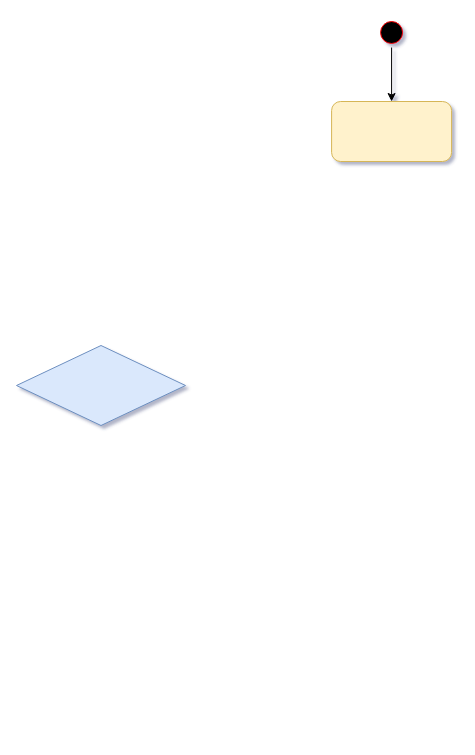
Earlier version of the draw.io diagram page "پیشنهاد برای پادکست" (2 of 19) of ActivityDiagram.drawio (Matinrezaei/Software-Lab). Source tidied: cells renumbered, new cells numbered last; positions are measured from the earlier drawing's top-left corner, leaving out a move shared by most shapes. Both pictures are drawn from the tidied source at 100%, with x=0, y=0 at pixel (16, 17).
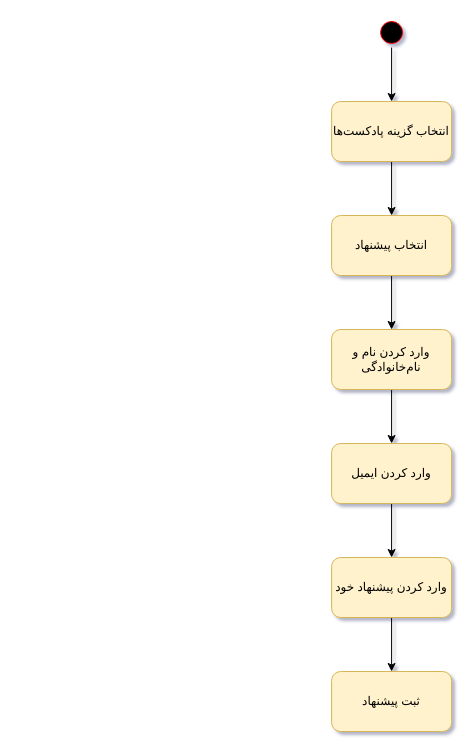
The same page after the edit.

The edit, as a diff of the source:
```diff
@@
 <mxGraphModel shadow="1">
   <root>
     <mxCell id="0" />
     <mxCell id="1" parent="0" />
     <mxCell id="2" style="edgeStyle=orthogonalEdgeStyle;rounded=0;jettySize=auto;html=1;entryX=0.5;entryY=0;entryDx=0;entryDy=0;" parent="1" edge="1" source="3" target="4">
       <mxGeometry relative="1" as="geometry" />
     </mxCell>
     <mxCell id="3" style="ellipse;html=1;shape=startState;fillColor=#000000;strokeColor=#ff0000;" parent="1" vertex="1">
       <mxGeometry x="360.1" width="30" height="30" as="geometry" />
     </mxCell>
+    <mxCell id="6" style="edgeStyle=orthogonalEdgeStyle;rounded=0;jettySize=auto;html=1;entryX=0.5;entryY=0;entryDx=0;entryDy=0;" parent="1" edge="1" source="4" target="8">
+      <mxGeometry relative="1" as="geometry" />
+    </mxCell>
-    <mxCell id="4" style="rounded=1;whiteSpace=wrap;html=1;fillColor=#fff2cc;strokeColor=#d6b656;" parent="1" vertex="1">
+    <mxCell id="4" value="انتخاب گزینه پادکست‌ها" style="rounded=1;whiteSpace=wrap;html=1;fillColor=#fff2cc;strokeColor=#d6b656;" parent="1" vertex="1">
       <mxGeometry x="315.1" y="84" width="120" height="60" as="geometry" />
     </mxCell>
-    <mxCell id="5" style="rhombus;whiteSpace=wrap;html=1;fillColor=#dae8fc;strokeColor=#6c8ebf;" parent="1" vertex="1">
-      <mxGeometry y="328" width="169" height="80" as="geometry" />
-    </mxCell>
+    <mxCell id="7" style="edgeStyle=orthogonalEdgeStyle;rounded=0;jettySize=auto;html=1;" parent="1" edge="1" source="8" target="10">
+      <mxGeometry relative="1" as="geometry" />
+    </mxCell>
+    <mxCell id="8" value="انتخاب پیشنهاد" style="rounded=1;whiteSpace=wrap;html=1;fillColor=#fff2cc;strokeColor=#d6b656;" parent="1" vertex="1">
+      <mxGeometry x="315.1" y="198" width="120" height="60" as="geometry" />
+    </mxCell>
+    <mxCell id="9" style="edgeStyle=orthogonalEdgeStyle;rounded=0;jettySize=auto;html=1;entryX=0.5;entryY=0;entryDx=0;entryDy=0;" parent="1" edge="1" source="10" target="12">
+      <mxGeometry relative="1" as="geometry" />
+    </mxCell>
+    <mxCell id="10" value="وارد کردن نام و نام‌خانوادگی" style="rounded=1;whiteSpace=wrap;html=1;fillColor=#fff2cc;strokeColor=#d6b656;" parent="1" vertex="1">
+      <mxGeometry x="315.1" y="312" width="120" height="60" as="geometry" />
+    </mxCell>
+    <mxCell id="11" style="edgeStyle=orthogonalEdgeStyle;rounded=0;jettySize=auto;html=1;entryX=0.5;entryY=0;entryDx=0;entryDy=0;" parent="1" edge="1" source="12" target="14">
+      <mxGeometry relative="1" as="geometry" />
+    </mxCell>
+    <mxCell id="12" value="وارد کردن ایمیل" style="rounded=1;whiteSpace=wrap;html=1;fillColor=#fff2cc;strokeColor=#d6b656;" parent="1" vertex="1">
+      <mxGeometry x="315.1" y="426" width="120" height="60" as="geometry" />
+    </mxCell>
+    <mxCell id="13" style="edgeStyle=orthogonalEdgeStyle;rounded=0;jettySize=auto;html=1;entryX=0.5;entryY=0;entryDx=0;entryDy=0;" parent="1" edge="1" source="14" target="15">
+      <mxGeometry relative="1" as="geometry" />
+    </mxCell>
+    <mxCell id="14" value="وارد کردن پیشنهاد خود" style="rounded=1;whiteSpace=wrap;html=1;fillColor=#fff2cc;strokeColor=#d6b656;" parent="1" vertex="1">
+      <mxGeometry x="315.1" y="540" width="120" height="60" as="geometry" />
+    </mxCell>
+    <mxCell id="15" value="ثبت پیشنهاد" style="rounded=1;whiteSpace=wrap;html=1;fillColor=#fff2cc;strokeColor=#d6b656;" parent="1" vertex="1">
+      <mxGeometry x="315.1" y="654" width="120" height="60" as="geometry" />
+    </mxCell>
   </root>
 </mxGraphModel>
```
